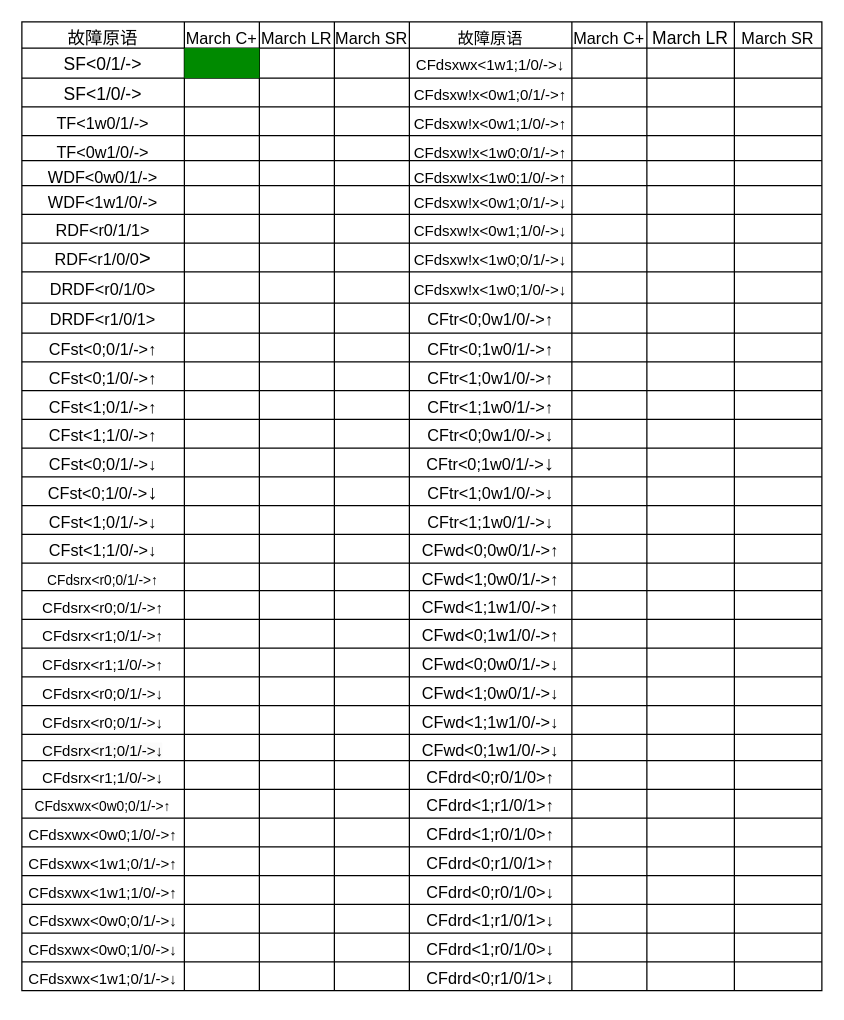
shanshan-lu/homwork keeps this draw.io diagram as doc/compare.drawio. Above is the earlier version. Source tidied: cells renumbered, new cells numbered last; positions are measured from the earlier drawing's top-left corner, leaving out a move shared by most shapes. Both pictures are drawn from the tidied source at 125%, with x=0, y=0 at pixel (21, 21).
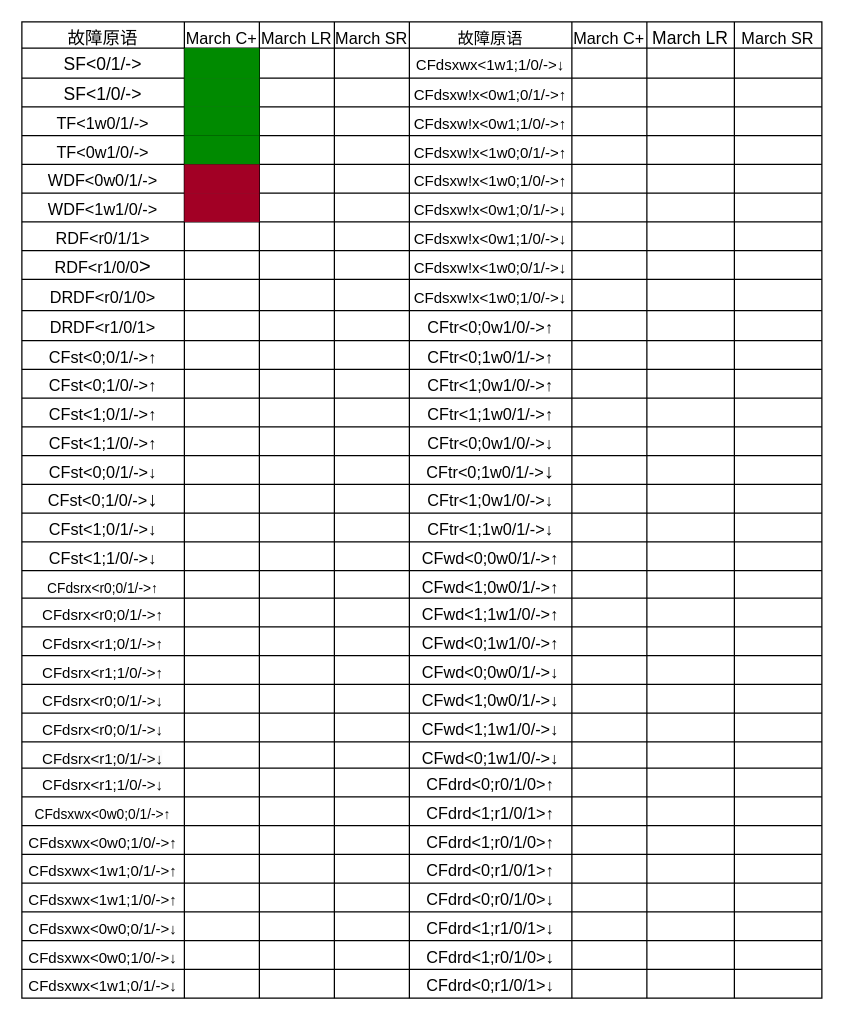
Above is the later version.

The change refers to these unchanged cells:
```xml
<mxCell id="21" style="shape=tableRow;horizontal=0;startSize=0;swimlaneHead=0;swimlaneBody=0;strokeColor=inherit;top=0;left=0;bottom=0;right=0;fillColor=none;fontSize=16;" parent="2" vertex="1">
  <mxGeometry y="45" width="640" height="23" as="geometry" />
</mxCell>
<mxCell id="30" style="shape=tableRow;horizontal=0;startSize=0;swimlaneHead=0;swimlaneBody=0;strokeColor=inherit;top=0;left=0;bottom=0;right=0;fillColor=none;fontSize=16;" parent="2" vertex="1">
  <mxGeometry y="68" width="640" height="23" as="geometry" />
</mxCell>
```

Diff of the diagram source:
```diff
@@
     <mxCell id="2" style="shape=table;startSize=0;childLayout=tableLayout;fontSize=16;" parent="1" vertex="1">
-      <mxGeometry width="640" height="775" as="geometry" />
+      <mxGeometry width="640" height="781" as="geometry" />
     </mxCell>
@@
-    <mxCell id="23" style="shape=partialRectangle;html=1;whiteSpace=wrap;strokeColor=inherit;overflow=hidden;fillColor=none;top=0;left=0;bottom=0;right=0;fontSize=16;" parent="21" vertex="1">
+    <mxCell id="23" style="shape=partialRectangle;html=1;whiteSpace=wrap;strokeColor=#005700;overflow=hidden;fillColor=#008a00;top=0;left=0;bottom=0;right=0;fontSize=16;fontColor=#ffffff;" parent="21" vertex="1">
       <mxGeometry x="130" width="60" height="23" as="geometry" />
     </mxCell>
@@
-    <mxCell id="32" style="shape=partialRectangle;html=1;whiteSpace=wrap;strokeColor=inherit;overflow=hidden;fillColor=none;top=0;left=0;bottom=0;right=0;fontSize=16;" parent="30" vertex="1">
+    <mxCell id="32" style="shape=partialRectangle;html=1;whiteSpace=wrap;strokeColor=#005700;overflow=hidden;fillColor=#008a00;top=0;left=0;bottom=0;right=0;fontSize=16;fontColor=#ffffff;" parent="30" vertex="1">
       <mxGeometry x="130" width="60" height="23" as="geometry" />
     </mxCell>
@@
     <mxCell id="39" style="shape=tableRow;horizontal=0;startSize=0;swimlaneHead=0;swimlaneBody=0;strokeColor=inherit;top=0;left=0;bottom=0;right=0;fillColor=none;fontSize=16;" parent="2" vertex="1">
-      <mxGeometry y="91" width="640" height="20" as="geometry" />
+      <mxGeometry y="91" width="640" height="23" as="geometry" />
     </mxCell>
     <mxCell id="40" value="&lt;font style=&quot;font-size: 13px;&quot;&gt;TF&amp;lt;0w1/0/-&amp;gt;&lt;/font&gt;" style="shape=partialRectangle;html=1;whiteSpace=wrap;strokeColor=inherit;overflow=hidden;fillColor=none;top=0;left=0;bottom=0;right=0;fontSize=16;" parent="39" vertex="1">
-      <mxGeometry width="130" height="20" as="geometry" />
+      <mxGeometry width="130" height="23" as="geometry" />
     </mxCell>
-    <mxCell id="41" style="shape=partialRectangle;html=1;whiteSpace=wrap;strokeColor=inherit;overflow=hidden;fillColor=none;top=0;left=0;bottom=0;right=0;fontSize=16;" parent="39" vertex="1">
-      <mxGeometry x="130" width="60" height="20" as="geometry" />
+    <mxCell id="41" style="shape=partialRectangle;html=1;whiteSpace=wrap;strokeColor=#005700;overflow=hidden;fillColor=#008a00;top=0;left=0;bottom=0;right=0;fontSize=16;fontColor=#ffffff;" parent="39" vertex="1">
+      <mxGeometry x="130" width="60" height="23" as="geometry" />
     </mxCell>
     <mxCell id="42" style="shape=partialRectangle;html=1;whiteSpace=wrap;strokeColor=inherit;overflow=hidden;fillColor=none;top=0;left=0;bottom=0;right=0;fontSize=16;" parent="39" vertex="1">
-      <mxGeometry x="190" width="60" height="20" as="geometry" />
+      <mxGeometry x="190" width="60" height="23" as="geometry" />
     </mxCell>
     <mxCell id="43" style="shape=partialRectangle;html=1;whiteSpace=wrap;strokeColor=inherit;overflow=hidden;fillColor=none;top=0;left=0;bottom=0;right=0;fontSize=16;" parent="39" vertex="1">
-      <mxGeometry x="250" width="60" height="20" as="geometry" />
+      <mxGeometry x="250" width="60" height="23" as="geometry" />
     </mxCell>
     <mxCell id="44" value="&lt;font style=&quot;font-size: 12px;&quot;&gt;CFdsxw!x&amp;lt;1w0;0/1/-&amp;gt;↑&lt;/font&gt;" style="shape=partialRectangle;html=1;whiteSpace=wrap;strokeColor=inherit;overflow=hidden;fillColor=none;top=0;left=0;bottom=0;right=0;fontSize=16;" parent="39" vertex="1">
-      <mxGeometry x="310" width="130" height="20" as="geometry" />
+      <mxGeometry x="310" width="130" height="23" as="geometry" />
     </mxCell>
     <mxCell id="45" style="shape=partialRectangle;html=1;whiteSpace=wrap;strokeColor=inherit;overflow=hidden;fillColor=none;top=0;left=0;bottom=0;right=0;fontSize=16;" parent="39" vertex="1">
-      <mxGeometry x="440" width="60" height="20" as="geometry" />
+      <mxGeometry x="440" width="60" height="23" as="geometry" />
     </mxCell>
     <mxCell id="46" style="shape=partialRectangle;html=1;whiteSpace=wrap;strokeColor=inherit;overflow=hidden;fillColor=none;top=0;left=0;bottom=0;right=0;fontSize=16;" parent="39" vertex="1">
-      <mxGeometry x="500" width="70" height="20" as="geometry" />
+      <mxGeometry x="500" width="70" height="23" as="geometry" />
     </mxCell>
     <mxCell id="47" style="shape=partialRectangle;html=1;whiteSpace=wrap;strokeColor=inherit;overflow=hidden;fillColor=none;top=0;left=0;bottom=0;right=0;fontSize=16;" parent="39" vertex="1">
-      <mxGeometry x="570" width="70" height="20" as="geometry" />
+      <mxGeometry x="570" width="70" height="23" as="geometry" />
     </mxCell>
     <mxCell id="48" style="shape=tableRow;horizontal=0;startSize=0;swimlaneHead=0;swimlaneBody=0;strokeColor=inherit;top=0;left=0;bottom=0;right=0;fillColor=none;fontSize=16;" parent="2" vertex="1">
-      <mxGeometry y="111" width="640" height="20" as="geometry" />
+      <mxGeometry y="114" width="640" height="23" as="geometry" />
     </mxCell>
     <mxCell id="49" value="&lt;font style=&quot;font-size: 13px;&quot;&gt;WDF&amp;lt;0w0/1/-&amp;gt;&lt;/font&gt;" style="shape=partialRectangle;html=1;whiteSpace=wrap;strokeColor=inherit;overflow=hidden;fillColor=none;top=0;left=0;bottom=0;right=0;fontSize=16;" parent="48" vertex="1">
-      <mxGeometry width="130" height="20" as="geometry" />
+      <mxGeometry width="130" height="23" as="geometry" />
     </mxCell>
-    <mxCell id="50" style="shape=partialRectangle;html=1;whiteSpace=wrap;strokeColor=inherit;overflow=hidden;fillColor=none;top=0;left=0;bottom=0;right=0;fontSize=16;" parent="48" vertex="1">
-      <mxGeometry x="130" width="60" height="20" as="geometry" />
+    <mxCell id="50" style="shape=partialRectangle;html=1;whiteSpace=wrap;strokeColor=#6F0000;overflow=hidden;fillColor=#a20025;top=0;left=0;bottom=0;right=0;fontSize=16;fontColor=#ffffff;" parent="48" vertex="1">
+      <mxGeometry x="130" width="60" height="23" as="geometry" />
     </mxCell>
     <mxCell id="51" style="shape=partialRectangle;html=1;whiteSpace=wrap;strokeColor=inherit;overflow=hidden;fillColor=none;top=0;left=0;bottom=0;right=0;fontSize=16;" parent="48" vertex="1">
-      <mxGeometry x="190" width="60" height="20" as="geometry" />
+      <mxGeometry x="190" width="60" height="23" as="geometry" />
     </mxCell>
     <mxCell id="52" style="shape=partialRectangle;html=1;whiteSpace=wrap;strokeColor=inherit;overflow=hidden;fillColor=none;top=0;left=0;bottom=0;right=0;fontSize=16;" parent="48" vertex="1">
-      <mxGeometry x="250" width="60" height="20" as="geometry" />
+      <mxGeometry x="250" width="60" height="23" as="geometry" />
     </mxCell>
     <mxCell id="53" value="&lt;font style=&quot;font-size: 12px;&quot;&gt;CFdsxw!x&amp;lt;1w0;1/0/-&amp;gt;↑&lt;/font&gt;" style="shape=partialRectangle;html=1;whiteSpace=wrap;strokeColor=inherit;overflow=hidden;fillColor=none;top=0;left=0;bottom=0;right=0;fontSize=16;" parent="48" vertex="1">
-      <mxGeometry x="310" width="130" height="20" as="geometry" />
+      <mxGeometry x="310" width="130" height="23" as="geometry" />
     </mxCell>
     <mxCell id="54" style="shape=partialRectangle;html=1;whiteSpace=wrap;strokeColor=inherit;overflow=hidden;fillColor=none;top=0;left=0;bottom=0;right=0;fontSize=16;" parent="48" vertex="1">
-      <mxGeometry x="440" width="60" height="20" as="geometry" />
+      <mxGeometry x="440" width="60" height="23" as="geometry" />
     </mxCell>
     <mxCell id="55" style="shape=partialRectangle;html=1;whiteSpace=wrap;strokeColor=inherit;overflow=hidden;fillColor=none;top=0;left=0;bottom=0;right=0;fontSize=16;" parent="48" vertex="1">
-      <mxGeometry x="500" width="70" height="20" as="geometry" />
+      <mxGeometry x="500" width="70" height="23" as="geometry" />
     </mxCell>
     <mxCell id="56" style="shape=partialRectangle;html=1;whiteSpace=wrap;strokeColor=inherit;overflow=hidden;fillColor=none;top=0;left=0;bottom=0;right=0;fontSize=16;" parent="48" vertex="1">
-      <mxGeometry x="570" width="70" height="20" as="geometry" />
+      <mxGeometry x="570" width="70" height="23" as="geometry" />
     </mxCell>
     <mxCell id="57" style="shape=tableRow;horizontal=0;startSize=0;swimlaneHead=0;swimlaneBody=0;strokeColor=inherit;top=0;left=0;bottom=0;right=0;fillColor=none;fontSize=16;" parent="2" vertex="1">
-      <mxGeometry y="131" width="640" height="23" as="geometry" />
+      <mxGeometry y="137" width="640" height="23" as="geometry" />
     </mxCell>
@@
-    <mxCell id="59" style="shape=partialRectangle;html=1;whiteSpace=wrap;strokeColor=inherit;overflow=hidden;fillColor=none;top=0;left=0;bottom=0;right=0;fontSize=16;" parent="57" vertex="1">
+    <mxCell id="59" style="shape=partialRectangle;html=1;whiteSpace=wrap;strokeColor=#6F0000;overflow=hidden;fillColor=#a20025;top=0;left=0;bottom=0;right=0;fontSize=16;fontColor=#ffffff;" parent="57" vertex="1">
       <mxGeometry x="130" width="60" height="23" as="geometry" />
     </mxCell>
@@
     <mxCell id="66" style="shape=tableRow;horizontal=0;startSize=0;swimlaneHead=0;swimlaneBody=0;strokeColor=inherit;top=0;left=0;bottom=0;right=0;fillColor=none;fontSize=16;" parent="2" vertex="1">
-      <mxGeometry y="154" width="640" height="23" as="geometry" />
+      <mxGeometry y="160" width="640" height="23" as="geometry" />
     </mxCell>
@@
     <mxCell id="75" style="shape=tableRow;horizontal=0;startSize=0;swimlaneHead=0;swimlaneBody=0;strokeColor=inherit;top=0;left=0;bottom=0;right=0;fillColor=none;fontSize=16;" parent="2" vertex="1">
-      <mxGeometry y="177" width="640" height="23" as="geometry" />
+      <mxGeometry y="183" width="640" height="23" as="geometry" />
     </mxCell>
@@
     <mxCell id="84" style="shape=tableRow;horizontal=0;startSize=0;swimlaneHead=0;swimlaneBody=0;strokeColor=inherit;top=0;left=0;bottom=0;right=0;fillColor=none;fontSize=16;" parent="2" vertex="1">
-      <mxGeometry y="200" width="640" height="25" as="geometry" />
+      <mxGeometry y="206" width="640" height="25" as="geometry" />
     </mxCell>
@@
     <mxCell id="93" style="shape=tableRow;horizontal=0;startSize=0;swimlaneHead=0;swimlaneBody=0;strokeColor=inherit;top=0;left=0;bottom=0;right=0;fillColor=none;fontSize=16;" parent="2" vertex="1">
-      <mxGeometry y="225" width="640" height="24" as="geometry" />
+      <mxGeometry y="231" width="640" height="24" as="geometry" />
     </mxCell>
@@
     <mxCell id="102" style="shape=tableRow;horizontal=0;startSize=0;swimlaneHead=0;swimlaneBody=0;strokeColor=inherit;top=0;left=0;bottom=0;right=0;fillColor=none;fontSize=16;" parent="2" vertex="1">
-      <mxGeometry y="249" width="640" height="23" as="geometry" />
+      <mxGeometry y="255" width="640" height="23" as="geometry" />
     </mxCell>
@@
     <mxCell id="111" style="shape=tableRow;horizontal=0;startSize=0;swimlaneHead=0;swimlaneBody=0;strokeColor=inherit;top=0;left=0;bottom=0;right=0;fillColor=none;fontSize=16;" parent="2" vertex="1">
-      <mxGeometry y="272" width="640" height="23" as="geometry" />
+      <mxGeometry y="278" width="640" height="23" as="geometry" />
     </mxCell>
@@
     <mxCell id="120" style="shape=tableRow;horizontal=0;startSize=0;swimlaneHead=0;swimlaneBody=0;strokeColor=inherit;top=0;left=0;bottom=0;right=0;fillColor=none;fontSize=16;" parent="2" vertex="1">
-      <mxGeometry y="295" width="640" height="23" as="geometry" />
+      <mxGeometry y="301" width="640" height="23" as="geometry" />
     </mxCell>
@@
     <mxCell id="129" style="shape=tableRow;horizontal=0;startSize=0;swimlaneHead=0;swimlaneBody=0;strokeColor=inherit;top=0;left=0;bottom=0;right=0;fillColor=none;fontSize=16;" parent="2" vertex="1">
-      <mxGeometry y="318" width="640" height="23" as="geometry" />
+      <mxGeometry y="324" width="640" height="23" as="geometry" />
     </mxCell>
@@
     <mxCell id="138" style="shape=tableRow;horizontal=0;startSize=0;swimlaneHead=0;swimlaneBody=0;strokeColor=inherit;top=0;left=0;bottom=0;right=0;fillColor=none;fontSize=16;" parent="2" vertex="1">
-      <mxGeometry y="341" width="640" height="23" as="geometry" />
+      <mxGeometry y="347" width="640" height="23" as="geometry" />
     </mxCell>
@@
     <mxCell id="147" style="shape=tableRow;horizontal=0;startSize=0;swimlaneHead=0;swimlaneBody=0;strokeColor=inherit;top=0;left=0;bottom=0;right=0;fillColor=none;fontSize=16;" parent="2" vertex="1">
-      <mxGeometry y="364" width="640" height="23" as="geometry" />
+      <mxGeometry y="370" width="640" height="23" as="geometry" />
     </mxCell>
@@
     <mxCell id="156" style="shape=tableRow;horizontal=0;startSize=0;swimlaneHead=0;swimlaneBody=0;strokeColor=inherit;top=0;left=0;bottom=0;right=0;fillColor=none;fontSize=16;" parent="2" vertex="1">
-      <mxGeometry y="387" width="640" height="23" as="geometry" />
+      <mxGeometry y="393" width="640" height="23" as="geometry" />
     </mxCell>
@@
     <mxCell id="165" style="shape=tableRow;horizontal=0;startSize=0;swimlaneHead=0;swimlaneBody=0;strokeColor=inherit;top=0;left=0;bottom=0;right=0;fillColor=none;fontSize=16;" parent="2" vertex="1">
-      <mxGeometry y="410" width="640" height="23" as="geometry" />
+      <mxGeometry y="416" width="640" height="23" as="geometry" />
     </mxCell>
@@
     <mxCell id="174" style="shape=tableRow;horizontal=0;startSize=0;swimlaneHead=0;swimlaneBody=0;strokeColor=inherit;top=0;left=0;bottom=0;right=0;fillColor=none;fontSize=16;" parent="2" vertex="1">
-      <mxGeometry y="433" width="640" height="22" as="geometry" />
+      <mxGeometry y="439" width="640" height="22" as="geometry" />
     </mxCell>
@@
     <mxCell id="183" style="shape=tableRow;horizontal=0;startSize=0;swimlaneHead=0;swimlaneBody=0;strokeColor=inherit;top=0;left=0;bottom=0;right=0;fillColor=none;fontSize=16;" parent="2" vertex="1">
-      <mxGeometry y="455" width="640" height="23" as="geometry" />
+      <mxGeometry y="461" width="640" height="23" as="geometry" />
     </mxCell>
@@
     <mxCell id="192" style="shape=tableRow;horizontal=0;startSize=0;swimlaneHead=0;swimlaneBody=0;strokeColor=inherit;top=0;left=0;bottom=0;right=0;fillColor=none;fontSize=16;" parent="2" vertex="1">
-      <mxGeometry y="478" width="640" height="23" as="geometry" />
+      <mxGeometry y="484" width="640" height="23" as="geometry" />
     </mxCell>
@@
     <mxCell id="201" style="shape=tableRow;horizontal=0;startSize=0;swimlaneHead=0;swimlaneBody=0;strokeColor=inherit;top=0;left=0;bottom=0;right=0;fillColor=none;fontSize=16;" parent="2" vertex="1">
-      <mxGeometry y="501" width="640" height="23" as="geometry" />
+      <mxGeometry y="507" width="640" height="23" as="geometry" />
     </mxCell>
@@
     <mxCell id="210" style="shape=tableRow;horizontal=0;startSize=0;swimlaneHead=0;swimlaneBody=0;strokeColor=inherit;top=0;left=0;bottom=0;right=0;fillColor=none;fontSize=16;" parent="2" vertex="1">
-      <mxGeometry y="524" width="640" height="23" as="geometry" />
+      <mxGeometry y="530" width="640" height="23" as="geometry" />
     </mxCell>
@@
     <mxCell id="219" style="shape=tableRow;horizontal=0;startSize=0;swimlaneHead=0;swimlaneBody=0;strokeColor=inherit;top=0;left=0;bottom=0;right=0;fillColor=none;fontSize=16;" parent="2" vertex="1">
-      <mxGeometry y="547" width="640" height="23" as="geometry" />
+      <mxGeometry y="553" width="640" height="23" as="geometry" />
     </mxCell>
@@
     <mxCell id="228" style="shape=tableRow;horizontal=0;startSize=0;swimlaneHead=0;swimlaneBody=0;strokeColor=inherit;top=0;left=0;bottom=0;right=0;fillColor=none;fontSize=16;" parent="2" vertex="1">
-      <mxGeometry y="570" width="640" height="21" as="geometry" />
+      <mxGeometry y="576" width="640" height="21" as="geometry" />
     </mxCell>
@@
     <mxCell id="237" style="shape=tableRow;horizontal=0;startSize=0;swimlaneHead=0;swimlaneBody=0;strokeColor=inherit;top=0;left=0;bottom=0;right=0;fillColor=none;fontSize=16;" parent="2" vertex="1">
-      <mxGeometry y="591" width="640" height="23" as="geometry" />
+      <mxGeometry y="597" width="640" height="23" as="geometry" />
     </mxCell>
@@
     <mxCell id="246" style="shape=tableRow;horizontal=0;startSize=0;swimlaneHead=0;swimlaneBody=0;strokeColor=inherit;top=0;left=0;bottom=0;right=0;fillColor=none;fontSize=16;" parent="2" vertex="1">
-      <mxGeometry y="614" width="640" height="23" as="geometry" />
+      <mxGeometry y="620" width="640" height="23" as="geometry" />
     </mxCell>
@@
     <mxCell id="255" style="shape=tableRow;horizontal=0;startSize=0;swimlaneHead=0;swimlaneBody=0;strokeColor=inherit;top=0;left=0;bottom=0;right=0;fillColor=none;fontSize=16;" parent="2" vertex="1">
-      <mxGeometry y="637" width="640" height="23" as="geometry" />
+      <mxGeometry y="643" width="640" height="23" as="geometry" />
     </mxCell>
@@
     <mxCell id="264" style="shape=tableRow;horizontal=0;startSize=0;swimlaneHead=0;swimlaneBody=0;strokeColor=inherit;top=0;left=0;bottom=0;right=0;fillColor=none;fontSize=16;" parent="2" vertex="1">
-      <mxGeometry y="660" width="640" height="23" as="geometry" />
+      <mxGeometry y="666" width="640" height="23" as="geometry" />
     </mxCell>
@@
     <mxCell id="273" style="shape=tableRow;horizontal=0;startSize=0;swimlaneHead=0;swimlaneBody=0;strokeColor=inherit;top=0;left=0;bottom=0;right=0;fillColor=none;fontSize=16;" parent="2" vertex="1">
-      <mxGeometry y="683" width="640" height="23" as="geometry" />
+      <mxGeometry y="689" width="640" height="23" as="geometry" />
     </mxCell>
@@
     <mxCell id="282" style="shape=tableRow;horizontal=0;startSize=0;swimlaneHead=0;swimlaneBody=0;strokeColor=inherit;top=0;left=0;bottom=0;right=0;fillColor=none;fontSize=16;" parent="2" vertex="1">
-      <mxGeometry y="706" width="640" height="23" as="geometry" />
+      <mxGeometry y="712" width="640" height="23" as="geometry" />
     </mxCell>
@@
     <mxCell id="291" style="shape=tableRow;horizontal=0;startSize=0;swimlaneHead=0;swimlaneBody=0;strokeColor=inherit;top=0;left=0;bottom=0;right=0;fillColor=none;fontSize=16;" parent="2" vertex="1">
-      <mxGeometry y="729" width="640" height="23" as="geometry" />
+      <mxGeometry y="735" width="640" height="23" as="geometry" />
     </mxCell>
@@
     <mxCell id="300" style="shape=tableRow;horizontal=0;startSize=0;swimlaneHead=0;swimlaneBody=0;strokeColor=inherit;top=0;left=0;bottom=0;right=0;fillColor=none;fontSize=16;" parent="2" vertex="1">
-      <mxGeometry y="752" width="640" height="23" as="geometry" />
+      <mxGeometry y="758" width="640" height="23" as="geometry" />
     </mxCell>
```
